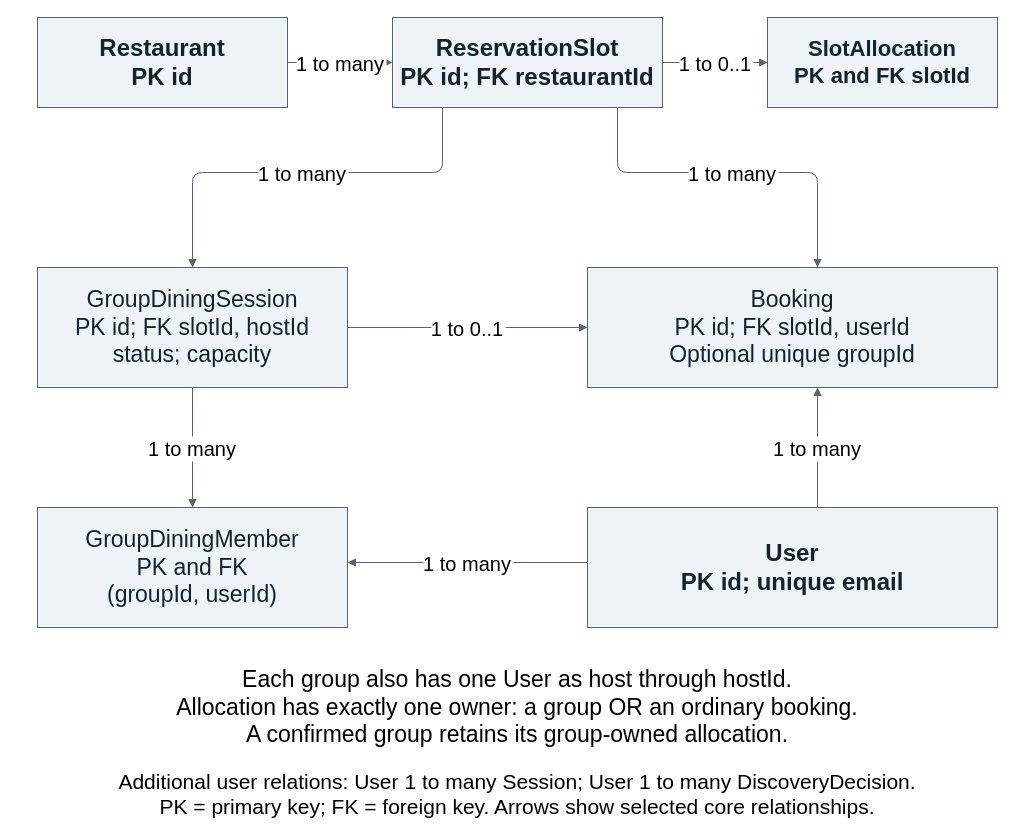
jc-ongg/26s1-sc4025-group4 keeps this draw.io diagram as page "data-model" (2 of 5) of reports/technical-implementation/diagrams/eatigo-technical-diagrams.drawio. Above is the earlier version. Source tidied: cells renumbered, new cells numbered last; positions are measured from the earlier drawing's top-left corner, leaving out a move shared by most shapes. Both pictures are drawn from the tidied source at 100%, with x=0, y=0 at pixel (32, 17).
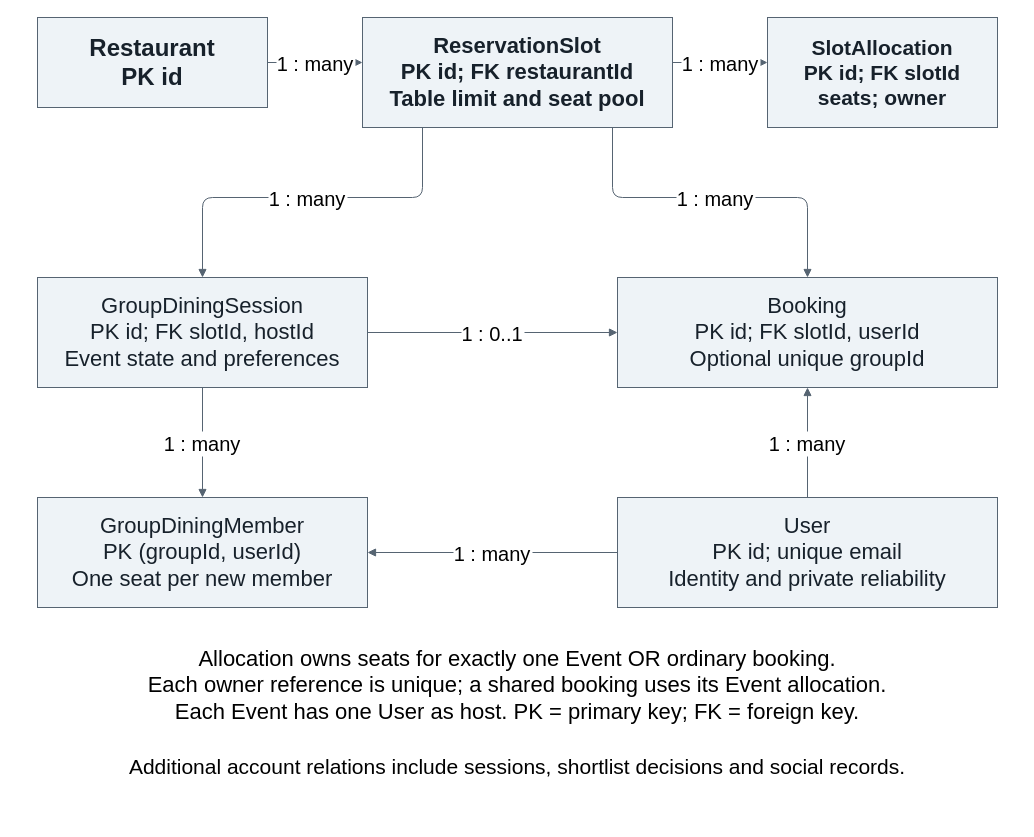
After the change.

The edit, as a diff of the source:
```diff
@@
     <mxCell id="2" value="Restaurant&#10;PK id" style="rounded=0;whiteSpace=wrap;html=0;fillColor=#EEF3F7;strokeColor=#566472;fontColor=#17212B;fontSize=24;fontFamily=Arial;fontStyle=1;" parent="1" vertex="1">
-      <mxGeometry x="5" width="250" height="90" as="geometry" />
+      <mxGeometry x="5" width="230" height="90" as="geometry" />
     </mxCell>
-    <mxCell id="3" value="ReservationSlot&#10;PK id; FK restaurantId" style="rounded=0;whiteSpace=wrap;html=0;fillColor=#EEF3F7;strokeColor=#566472;fontColor=#17212B;fontSize=24;fontFamily=Arial;fontStyle=1;" parent="1" vertex="1">
-      <mxGeometry x="360" width="270" height="90" as="geometry" />
+    <mxCell id="3" value="ReservationSlot&#10;PK id; FK restaurantId&#10;Table limit and seat pool" style="rounded=0;whiteSpace=wrap;html=0;fillColor=#EEF3F7;strokeColor=#566472;fontColor=#17212B;fontSize=22;fontFamily=Arial;fontStyle=1;" parent="1" vertex="1">
+      <mxGeometry x="330" width="310" height="110" as="geometry" />
     </mxCell>
-    <mxCell id="4" value="SlotAllocation&#10;PK and FK slotId" style="rounded=0;whiteSpace=wrap;html=0;fillColor=#EEF3F7;strokeColor=#566472;fontColor=#17212B;fontSize=22;fontFamily=Arial;fontStyle=1;" parent="1" vertex="1">
-      <mxGeometry x="735" width="230" height="90" as="geometry" />
+    <mxCell id="4" value="SlotAllocation&#10;PK id; FK slotId&#10;seats; owner" style="rounded=0;whiteSpace=wrap;html=0;fillColor=#EEF3F7;strokeColor=#566472;fontColor=#17212B;fontSize=21;fontFamily=Arial;fontStyle=1;" parent="1" vertex="1">
+      <mxGeometry x="735" width="230" height="110" as="geometry" />
     </mxCell>
-    <mxCell id="5" value="1 to many" style="edgeStyle=none;endArrow=block;html=0;fontSize=20;fontFamily=Arial;strokeColor=#566472;labelBackgroundColor=#FFFFFF;" parent="1" edge="1">
+    <mxCell id="5" value="1 : many" style="edgeStyle=none;endArrow=block;html=0;fontSize=20;fontFamily=Arial;strokeColor=#566472;labelBackgroundColor=#FFFFFF;" parent="1" edge="1">
       <mxGeometry relative="1" as="geometry">
-        <mxPoint x="255" y="45" as="sourcePoint" />
-        <mxPoint x="360" y="45" as="targetPoint" />
+        <mxPoint x="235" y="45" as="sourcePoint" />
+        <mxPoint x="330" y="45" as="targetPoint" />
       </mxGeometry>
     </mxCell>
-    <mxCell id="6" value="1 to 0..1" style="edgeStyle=none;endArrow=block;html=0;fontSize=20;fontFamily=Arial;strokeColor=#566472;labelBackgroundColor=#FFFFFF;" parent="1" edge="1">
+    <mxCell id="6" value="1 : many" style="edgeStyle=none;endArrow=block;html=0;fontSize=20;fontFamily=Arial;strokeColor=#566472;labelBackgroundColor=#FFFFFF;" parent="1" edge="1">
       <mxGeometry relative="1" as="geometry">
-        <mxPoint x="630" y="45" as="sourcePoint" />
+        <mxPoint x="640" y="45" as="sourcePoint" />
         <mxPoint x="735" y="45" as="targetPoint" />
       </mxGeometry>
     </mxCell>
-    <mxCell id="7" value="GroupDiningSession&#10;PK id; FK slotId, hostId&#10;status; capacity" style="rounded=0;whiteSpace=wrap;html=0;fillColor=#EEF3F7;strokeColor=#566472;fontColor=#17212B;fontSize=23;fontFamily=Arial;fontStyle=0;" parent="1" vertex="1">
-      <mxGeometry x="5" y="250" width="310" height="120" as="geometry" />
+    <mxCell id="7" value="GroupDiningSession&#10;PK id; FK slotId, hostId&#10;Event state and preferences" style="rounded=0;whiteSpace=wrap;html=0;fillColor=#EEF3F7;strokeColor=#566472;fontColor=#17212B;fontSize=22;fontFamily=Arial;fontStyle=0;" parent="1" vertex="1">
+      <mxGeometry x="5" y="260" width="330" height="110" as="geometry" />
     </mxCell>
-    <mxCell id="8" value="Booking&#10;PK id; FK slotId, userId&#10;Optional unique groupId" style="rounded=0;whiteSpace=wrap;html=0;fillColor=#EEF3F7;strokeColor=#566472;fontColor=#17212B;fontSize=23;fontFamily=Arial;fontStyle=0;" parent="1" vertex="1">
-      <mxGeometry x="555" y="250" width="410" height="120" as="geometry" />
+    <mxCell id="8" value="Booking&#10;PK id; FK slotId, userId&#10;Optional unique groupId" style="rounded=0;whiteSpace=wrap;html=0;fillColor=#EEF3F7;strokeColor=#566472;fontColor=#17212B;fontSize=22;fontFamily=Arial;fontStyle=0;" parent="1" vertex="1">
+      <mxGeometry x="585" y="260" width="380" height="110" as="geometry" />
     </mxCell>
-    <mxCell id="9" value="1 to many" style="edgeStyle=none;endArrow=block;html=0;fontSize=20;fontFamily=Arial;strokeColor=#566472;labelBackgroundColor=#FFFFFF;" parent="1" edge="1">
+    <mxCell id="9" value="1 : many" style="edgeStyle=none;endArrow=block;html=0;fontSize=20;fontFamily=Arial;strokeColor=#566472;labelBackgroundColor=#FFFFFF;" parent="1" edge="1">
       <mxGeometry relative="1" as="geometry">
-        <mxPoint x="410" y="90" as="sourcePoint" />
-        <mxPoint x="160" y="250" as="targetPoint" />
+        <mxPoint x="390" y="110" as="sourcePoint" />
+        <mxPoint x="170" y="260" as="targetPoint" />
         <Array as="points">
-          <mxPoint x="410" y="155" />
-          <mxPoint x="160" y="155" />
+          <mxPoint x="390" y="180" />
+          <mxPoint x="170" y="180" />
         </Array>
       </mxGeometry>
     </mxCell>
-    <mxCell id="10" value="1 to many" style="edgeStyle=none;endArrow=block;html=0;fontSize=20;fontFamily=Arial;strokeColor=#566472;labelBackgroundColor=#FFFFFF;" parent="1" edge="1">
+    <mxCell id="10" value="1 : many" style="edgeStyle=none;endArrow=block;html=0;fontSize=20;fontFamily=Arial;strokeColor=#566472;labelBackgroundColor=#FFFFFF;" parent="1" edge="1">
       <mxGeometry relative="1" as="geometry">
-        <mxPoint x="585" y="90" as="sourcePoint" />
-        <mxPoint x="785" y="250" as="targetPoint" />
+        <mxPoint x="580" y="110" as="sourcePoint" />
+        <mxPoint x="775" y="260" as="targetPoint" />
         <Array as="points">
-          <mxPoint x="585" y="155" />
-          <mxPoint x="785" y="155" />
+          <mxPoint x="580" y="180" />
+          <mxPoint x="775" y="180" />
         </Array>
       </mxGeometry>
     </mxCell>
-    <mxCell id="11" value="1 to 0..1" style="edgeStyle=none;endArrow=block;html=0;fontSize=20;fontFamily=Arial;strokeColor=#566472;labelBackgroundColor=#FFFFFF;" parent="1" edge="1">
+    <mxCell id="11" value="1 : 0..1" style="edgeStyle=none;endArrow=block;html=0;fontSize=20;fontFamily=Arial;strokeColor=#566472;labelBackgroundColor=#FFFFFF;" parent="1" edge="1">
       <mxGeometry relative="1" as="geometry">
-        <mxPoint x="315" y="310" as="sourcePoint" />
-        <mxPoint x="555" y="310" as="targetPoint" />
+        <mxPoint x="335" y="315" as="sourcePoint" />
+        <mxPoint x="585" y="315" as="targetPoint" />
       </mxGeometry>
     </mxCell>
-    <mxCell id="12" value="GroupDiningMember&#10;PK and FK&#10;(groupId, userId)" style="rounded=0;whiteSpace=wrap;html=0;fillColor=#EEF3F7;strokeColor=#566472;fontColor=#17212B;fontSize=23;fontFamily=Arial;fontStyle=0;" parent="1" vertex="1">
-      <mxGeometry x="5" y="490" width="310" height="120" as="geometry" />
+    <mxCell id="12" value="GroupDiningMember&#10;PK (groupId, userId)&#10;One seat per new member" style="rounded=0;whiteSpace=wrap;html=0;fillColor=#EEF3F7;strokeColor=#566472;fontColor=#17212B;fontSize=22;fontFamily=Arial;fontStyle=0;" parent="1" vertex="1">
+      <mxGeometry x="5" y="480" width="330" height="110" as="geometry" />
     </mxCell>
-    <mxCell id="13" value="User&#10;PK id; unique email" style="rounded=0;whiteSpace=wrap;html=0;fillColor=#EEF3F7;strokeColor=#566472;fontColor=#17212B;fontSize=24;fontFamily=Arial;fontStyle=1;" parent="1" vertex="1">
-      <mxGeometry x="555" y="490" width="410" height="120" as="geometry" />
+    <mxCell id="13" value="User&#10;PK id; unique email&#10;Identity and private reliability" style="rounded=0;whiteSpace=wrap;html=0;fillColor=#EEF3F7;strokeColor=#566472;fontColor=#17212B;fontSize=22;fontFamily=Arial;fontStyle=0;" parent="1" vertex="1">
+      <mxGeometry x="585" y="480" width="380" height="110" as="geometry" />
     </mxCell>
-    <mxCell id="14" value="1 to many" style="edgeStyle=none;endArrow=block;html=0;fontSize=20;fontFamily=Arial;strokeColor=#566472;labelBackgroundColor=#FFFFFF;" parent="1" edge="1">
+    <mxCell id="14" value="1 : many" style="edgeStyle=none;endArrow=block;html=0;fontSize=20;fontFamily=Arial;strokeColor=#566472;labelBackgroundColor=#FFFFFF;" parent="1" edge="1">
       <mxGeometry relative="1" as="geometry">
-        <mxPoint x="160" y="370" as="sourcePoint" />
-        <mxPoint x="160" y="490" as="targetPoint" />
+        <mxPoint x="170" y="370" as="sourcePoint" />
+        <mxPoint x="170" y="480" as="targetPoint" />
       </mxGeometry>
     </mxCell>
-    <mxCell id="15" value="1 to many" style="edgeStyle=none;endArrow=block;html=0;fontSize=20;fontFamily=Arial;strokeColor=#566472;labelBackgroundColor=#FFFFFF;" parent="1" edge="1">
+    <mxCell id="15" value="1 : many" style="edgeStyle=none;endArrow=block;html=0;fontSize=20;fontFamily=Arial;strokeColor=#566472;labelBackgroundColor=#FFFFFF;" parent="1" edge="1">
       <mxGeometry relative="1" as="geometry">
-        <mxPoint x="555" y="545" as="sourcePoint" />
-        <mxPoint x="315" y="545" as="targetPoint" />
+        <mxPoint x="585" y="535" as="sourcePoint" />
+        <mxPoint x="335" y="535" as="targetPoint" />
       </mxGeometry>
     </mxCell>
-    <mxCell id="16" value="1 to many" style="edgeStyle=none;endArrow=block;html=0;fontSize=20;fontFamily=Arial;strokeColor=#566472;labelBackgroundColor=#FFFFFF;" parent="1" edge="1">
+    <mxCell id="16" value="1 : many" style="edgeStyle=none;endArrow=block;html=0;fontSize=20;fontFamily=Arial;strokeColor=#566472;labelBackgroundColor=#FFFFFF;" parent="1" edge="1">
       <mxGeometry relative="1" as="geometry">
-        <mxPoint x="785" y="490" as="sourcePoint" />
-        <mxPoint x="785" y="370" as="targetPoint" />
+        <mxPoint x="775" y="480" as="sourcePoint" />
+        <mxPoint x="775" y="370" as="targetPoint" />
       </mxGeometry>
     </mxCell>
-    <mxCell id="17" value="Each group also has one User as host through hostId.&#10;Allocation has exactly one owner: a group OR an ordinary booking.&#10;A confirmed group retains its group-owned allocation." style="text;html=0;whiteSpace=wrap;align=center;verticalAlign=top;fontSize=23;fontFamily=Arial;strokeColor=none;fillColor=none;" parent="1" vertex="1">
-      <mxGeometry y="642" width="970" height="88" as="geometry" />
-    </mxCell>
+    <mxCell id="19" value="Allocation owns seats for exactly one Event OR ordinary booking.&#10;Each owner reference is unique; a shared booking uses its Event allocation.&#10;Each Event has one User as host. PK = primary key; FK = foreign key." style="text;html=0;whiteSpace=wrap;align=center;verticalAlign=top;fontSize=22;fontFamily=Arial;strokeColor=none;fillColor=none;" parent="1" vertex="1">
+      <mxGeometry x="-5" y="622" width="980" height="90" as="geometry" />
+    </mxCell>
-    <mxCell id="18" value="Additional user relations: User 1 to many Session; User 1 to many DiscoveryDecision.&#10;PK = primary key; FK = foreign key. Arrows show selected core relationships." style="text;html=0;whiteSpace=wrap;align=center;verticalAlign=top;fontSize=21;fontFamily=Arial;strokeColor=none;fillColor=none;" parent="1" vertex="1">
-      <mxGeometry y="745" width="970" height="55" as="geometry" />
+    <mxCell id="18" value="Additional account relations include sessions, shortlist decisions and social records." style="text;html=0;whiteSpace=wrap;align=center;verticalAlign=top;fontSize=21;fontFamily=Arial;strokeColor=none;fillColor=none;" parent="1" vertex="1">
+      <mxGeometry x="-15" y="730" width="1000" height="30" as="geometry" />
     </mxCell>
```
